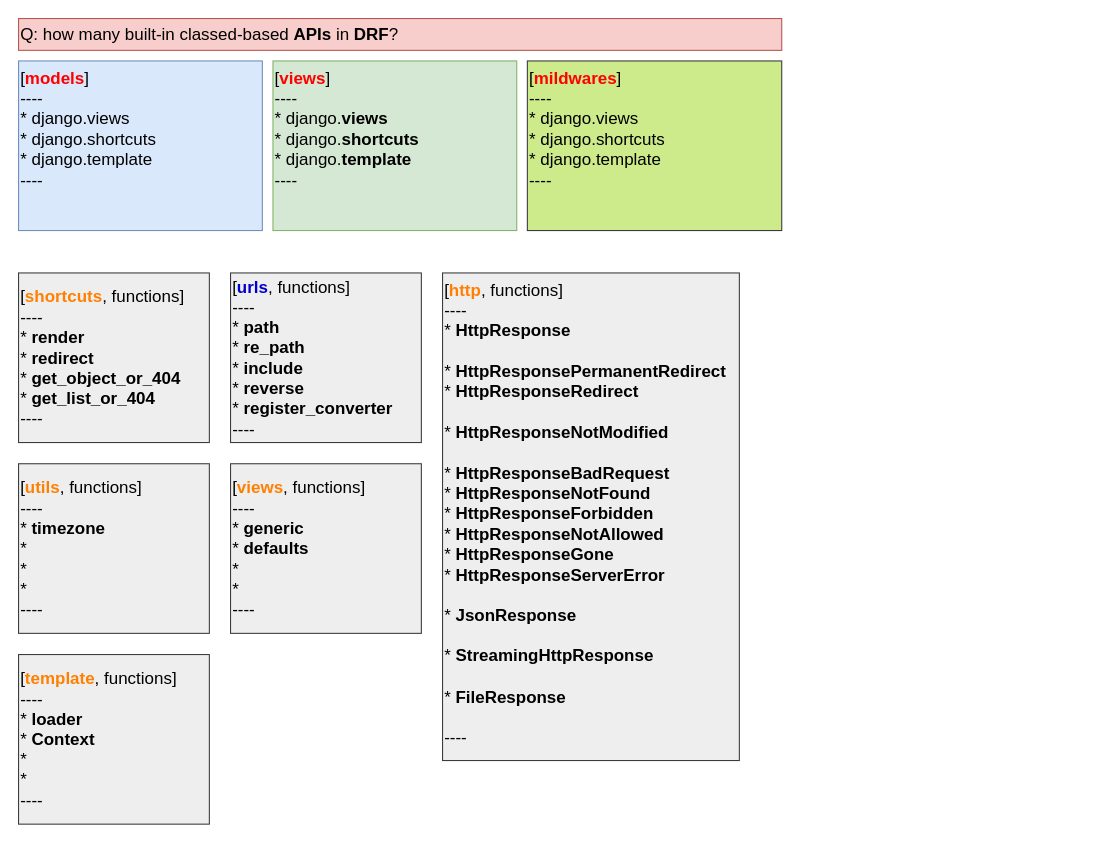
The draw.io diagram page "Page-2" (2 of 3) of django_blog/draw/request_and_response.drawio in AuroraBoreas/Web_django, before the edit. Source tidied: cells renumbered, new cells numbered last; positions are measured from the earlier drawing's top-left corner, leaving out a move shared by most shapes. Both pictures are drawn from the tidied source at 106%, with x=0, y=0 at pixel (18, 18).
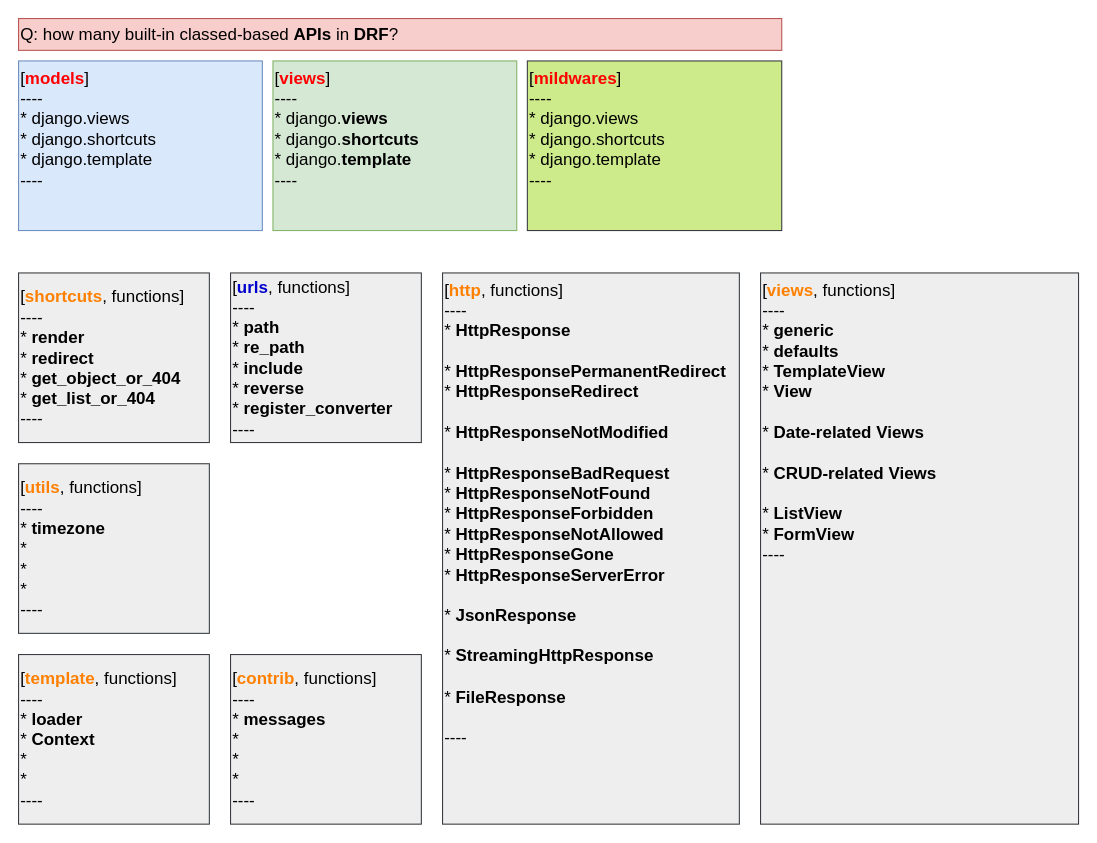
The same diagram, later.

Diff of the diagram source:
```diff
@@
 <mxGraphModel>
   <root>
     <mxCell id="0" />
     <mxCell id="1" parent="0" />
     <mxCell id="2" value="Q: how many built-in classed-based &lt;b&gt;APIs&lt;/b&gt; in &lt;b&gt;DRF&lt;/b&gt;?" style="text;html=1;strokeColor=#b85450;fillColor=#f8cecc;align=left;verticalAlign=middle;whiteSpace=wrap;rounded=0;fontSize=16;" parent="1" vertex="1">
       <mxGeometry width="720" height="30" as="geometry" />
     </mxCell>
     <mxCell id="3" value="[&lt;b&gt;&lt;font color=&quot;#ff0000&quot;&gt;views&lt;/font&gt;&lt;/b&gt;]&lt;br&gt;----&lt;br&gt;* django.&lt;b&gt;views&lt;/b&gt;&lt;br&gt;* django.&lt;b&gt;shortcuts&lt;/b&gt;&lt;br&gt;* django.&lt;b&gt;template&lt;/b&gt;&lt;br&gt;----" style="rounded=0;whiteSpace=wrap;html=1;strokeColor=#82b366;fontSize=16;align=left;verticalAlign=top;fillColor=#d5e8d4;" parent="1" vertex="1">
       <mxGeometry x="240" y="40" width="230" height="160" as="geometry" />
     </mxCell>
     <mxCell id="4" value="[&lt;b&gt;&lt;font color=&quot;#ff0000&quot;&gt;models&lt;/font&gt;&lt;/b&gt;]&lt;br&gt;----&lt;br&gt;* django.views&lt;br&gt;* django.shortcuts&lt;br&gt;* django.template&lt;br&gt;----" style="rounded=0;whiteSpace=wrap;html=1;strokeColor=#6c8ebf;fontSize=16;align=left;verticalAlign=top;fillColor=#dae8fc;" parent="1" vertex="1">
       <mxGeometry y="40" width="230" height="160" as="geometry" />
     </mxCell>
     <mxCell id="5" value="[&lt;b&gt;&lt;font color=&quot;#ff0000&quot;&gt;mildwares&lt;/font&gt;&lt;/b&gt;]&lt;br&gt;----&lt;br&gt;* django.views&lt;br&gt;* django.shortcuts&lt;br&gt;* django.template&lt;br&gt;----" style="rounded=0;whiteSpace=wrap;html=1;strokeColor=#36393d;fontSize=16;align=left;verticalAlign=top;fillColor=#cdeb8b;" parent="1" vertex="1">
       <mxGeometry x="480" y="40" width="240" height="160" as="geometry" />
     </mxCell>
     <mxCell id="6" value="[&lt;font color=&quot;#ff8000&quot; style=&quot;font-weight: bold&quot;&gt;shortcuts&lt;/font&gt;, functions]&lt;br&gt;----&lt;br&gt;* &lt;b&gt;render&lt;/b&gt;&lt;br&gt;* &lt;b&gt;redirect&lt;/b&gt;&lt;br&gt;* &lt;b&gt;get_object_or_404&lt;br&gt;&lt;/b&gt;* &lt;b&gt;get_list_or_404&lt;/b&gt;&lt;br&gt;----" style="rounded=0;whiteSpace=wrap;html=1;strokeColor=#36393d;fontSize=16;align=left;fillColor=#eeeeee;" parent="1" vertex="1">
       <mxGeometry y="240" width="180" height="160" as="geometry" />
     </mxCell>
     <mxCell id="7" value="[&lt;b&gt;&lt;font color=&quot;#0000cc&quot;&gt;urls&lt;/font&gt;&lt;/b&gt;, functions]&lt;br&gt;----&lt;br&gt;* &lt;b&gt;path&lt;/b&gt;&lt;br&gt;* &lt;b&gt;re_path&lt;/b&gt;&lt;br&gt;* &lt;b&gt;include&lt;br&gt;&lt;/b&gt;* &lt;b&gt;reverse&lt;br&gt;&lt;/b&gt;* &lt;b&gt;register_converter&lt;/b&gt;&lt;br&gt;----" style="rounded=0;whiteSpace=wrap;html=1;strokeColor=#36393d;fontSize=16;align=left;fillColor=#eeeeee;" parent="1" vertex="1">
       <mxGeometry x="200" y="240" width="180" height="160" as="geometry" />
     </mxCell>
     <mxCell id="8" value="[&lt;font color=&quot;#ff8000&quot; style=&quot;font-weight: bold&quot;&gt;http&lt;/font&gt;, functions]&lt;br&gt;----&lt;br&gt;* &lt;b&gt;HttpResponse&lt;/b&gt;&lt;br&gt;&lt;br&gt;* &lt;b&gt;HttpResponsePermanentRedirect&lt;/b&gt;&lt;br&gt;* &lt;b&gt;HttpResponseRedirect&lt;br&gt;&lt;/b&gt;&lt;br&gt;* &lt;b&gt;HttpResponseNotModified&lt;br&gt;&lt;/b&gt;&lt;br&gt;* &lt;b&gt;HttpResponseBadRequest&lt;/b&gt;&lt;br&gt;* &lt;b&gt;HttpResponseNotFound&lt;/b&gt;&lt;br&gt;* &lt;b&gt;HttpResponseForbidden&lt;/b&gt;&lt;br&gt;* &lt;b&gt;HttpResponseNotAllowed&lt;/b&gt;&lt;br&gt;* &lt;b&gt;HttpResponseGone&lt;/b&gt;&lt;br&gt;* &lt;b&gt;HttpResponseServerError&lt;br&gt;&lt;/b&gt;&lt;br&gt;* &lt;b&gt;JsonResponse&lt;/b&gt;&lt;br&gt;&lt;br&gt;* &lt;b&gt;StreamingHttpResponse&lt;br&gt;&lt;/b&gt;&lt;br&gt;* &lt;b&gt;FileResponse&lt;/b&gt;&lt;br&gt;&lt;br&gt;----" style="rounded=0;whiteSpace=wrap;html=1;strokeColor=#36393d;fontSize=16;align=left;fillColor=#eeeeee;verticalAlign=top;" parent="1" vertex="1">
-      <mxGeometry x="400" y="240" width="280" height="460" as="geometry" />
+      <mxGeometry x="400" y="240" width="280" height="520" as="geometry" />
     </mxCell>
-    <mxCell id="9" value="[&lt;font color=&quot;#ff8000&quot; style=&quot;font-weight: bold&quot;&gt;views&lt;/font&gt;, functions]&lt;br&gt;----&lt;br&gt;* &lt;b&gt;generic&lt;/b&gt;&lt;br&gt;* &lt;b&gt;defaults&lt;/b&gt;&lt;br&gt;* &lt;b&gt;&lt;br&gt;&lt;/b&gt;* &lt;br&gt;----" style="rounded=0;whiteSpace=wrap;html=1;strokeColor=#36393d;fontSize=16;align=left;fillColor=#eeeeee;" parent="1" vertex="1">
-      <mxGeometry x="200" y="420" width="180" height="160" as="geometry" />
+    <mxCell id="9" value="[&lt;font color=&quot;#ff8000&quot; style=&quot;font-weight: bold&quot;&gt;views&lt;/font&gt;, functions]&lt;br&gt;----&lt;br&gt;* &lt;b&gt;generic&lt;/b&gt;&lt;br&gt;* &lt;b&gt;defaults&lt;/b&gt;&lt;br&gt;* &lt;b&gt;TemplateView&lt;br&gt;&lt;/b&gt;* &lt;b&gt;View&lt;br&gt;&lt;/b&gt;&lt;br&gt;* &lt;b&gt;Date-related Views&lt;br&gt;&lt;/b&gt;&lt;br&gt;* &lt;b&gt;CRUD-related Views&lt;br&gt;&lt;/b&gt;&lt;br&gt;* &lt;b&gt;ListView&lt;br&gt;&lt;/b&gt;* &lt;b&gt;FormView&lt;/b&gt;&lt;br&gt;----" style="rounded=0;whiteSpace=wrap;html=1;strokeColor=#36393d;fontSize=16;align=left;fillColor=#eeeeee;verticalAlign=top;" parent="1" vertex="1">
+      <mxGeometry x="700" y="240" width="300" height="520" as="geometry" />
     </mxCell>
     <mxCell id="10" value="[&lt;font color=&quot;#ff8000&quot; style=&quot;font-weight: bold&quot;&gt;utils&lt;/font&gt;, functions]&lt;br&gt;----&lt;br&gt;* &lt;b&gt;timezone&lt;/b&gt;&lt;br&gt;* &lt;br&gt;* &lt;b&gt;&lt;br&gt;&lt;/b&gt;* &lt;br&gt;----" style="rounded=0;whiteSpace=wrap;html=1;strokeColor=#36393d;fontSize=16;align=left;fillColor=#eeeeee;" parent="1" vertex="1">
       <mxGeometry y="420" width="180" height="160" as="geometry" />
     </mxCell>
     <mxCell id="11" value="[&lt;font color=&quot;#ff8000&quot; style=&quot;font-weight: bold&quot;&gt;template&lt;/font&gt;, functions]&lt;br&gt;----&lt;br&gt;* &lt;b&gt;loader&lt;/b&gt;&lt;br&gt;* &lt;b&gt;Context&lt;/b&gt;&lt;br&gt;* &lt;b&gt;&lt;br&gt;&lt;/b&gt;* &lt;br&gt;----" style="rounded=0;whiteSpace=wrap;html=1;strokeColor=#36393d;fontSize=16;align=left;fillColor=#eeeeee;" parent="1" vertex="1">
       <mxGeometry y="600" width="180" height="160" as="geometry" />
     </mxCell>
+    <mxCell id="12" value="[&lt;font color=&quot;#ff8000&quot; style=&quot;font-weight: bold&quot;&gt;contrib&lt;/font&gt;, functions]&lt;br&gt;----&lt;br&gt;* &lt;b&gt;messages&lt;/b&gt;&lt;br&gt;* &lt;br&gt;* &lt;b&gt;&lt;br&gt;&lt;/b&gt;* &lt;br&gt;----" style="rounded=0;whiteSpace=wrap;html=1;strokeColor=#36393d;fontSize=16;align=left;fillColor=#eeeeee;" parent="1" vertex="1">
+      <mxGeometry x="200" y="600" width="180" height="160" as="geometry" />
+    </mxCell>
   </root>
 </mxGraphModel>
```
